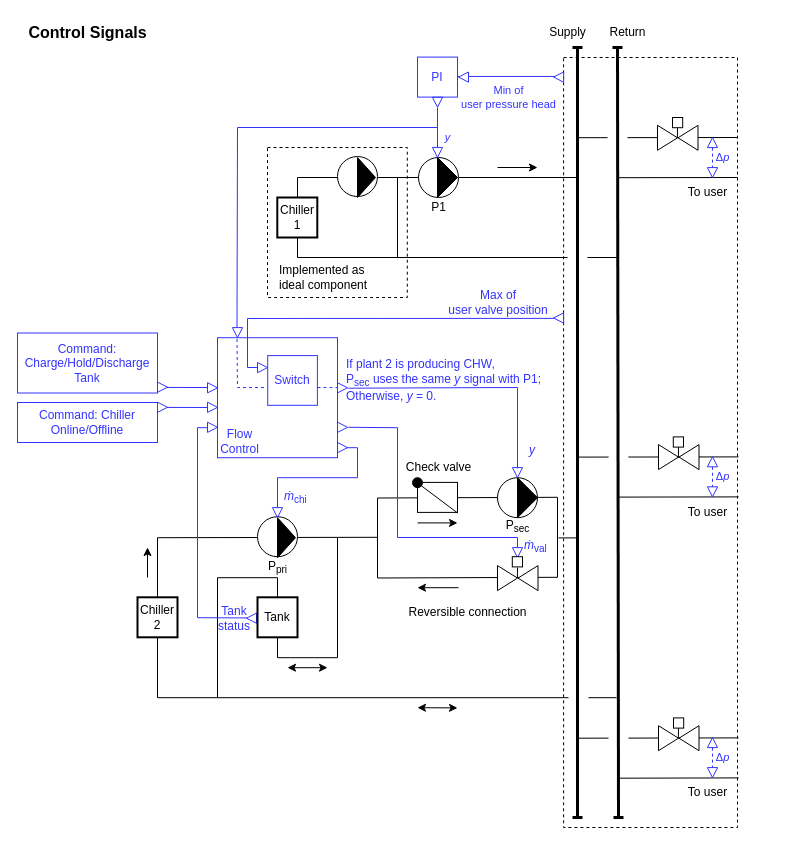
Above: Buildings/Resources/Images/Experimental/DHC/Plants/Cooling/ControlSignals.drawio in lbl-srg/modelica-buildings (draw.io), before the change. Source tidied: cells renumbered, new cells numbered last; positions are measured from the earlier drawing's top-left corner, leaving out a move shared by most shapes. Both pictures are drawn from the tidied source at 100%, with x=0, y=0 at pixel (17, 17).
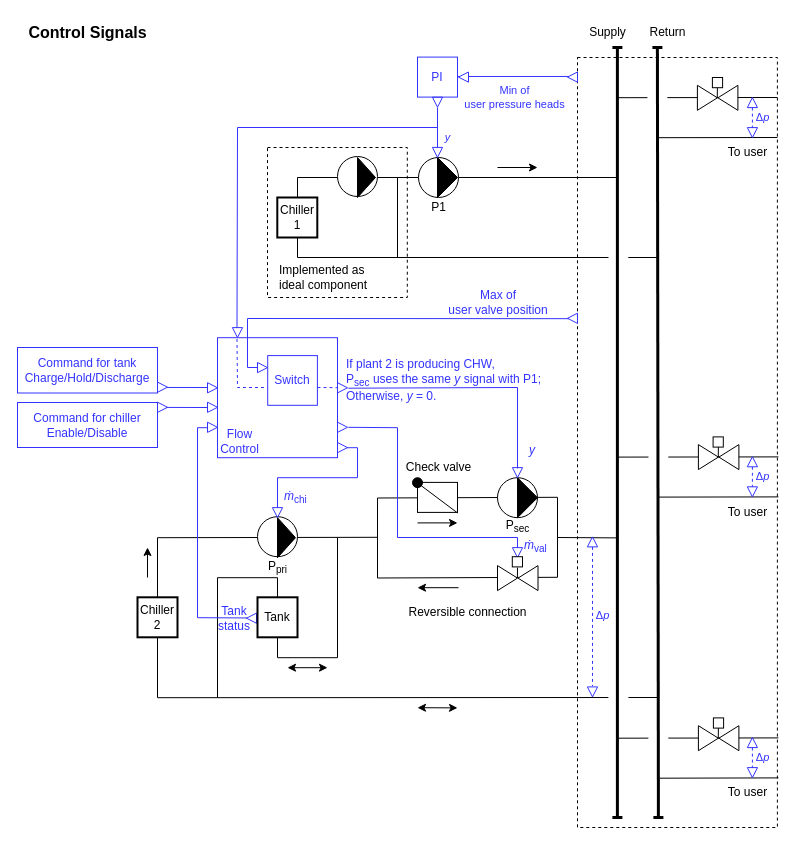
The same page after the edit.

The change refers to these unchanged cells:
```xml
<mxCell id="29" style="triangle;whiteSpace=wrap;html=1;fillColor=none;rotation=-180;strokeColor=#3333FF;fontColor=#3333FF;" parent="1" vertex="1">
  <mxGeometry x="441" y="54.5" width="10" height="10.2" as="geometry" />
</mxCell>
```

What changed in the source:
```diff
@@
-    <mxCell id="7" style="endArrow=none;html=1;rounded=0;entryX=-0.008;entryY=0.875;entryDx=0;entryDy=0;entryPerimeter=0;" parent="1" edge="1">
+    <mxCell id="7" style="endArrow=none;html=1;rounded=0;" parent="1" edge="1">
       <mxGeometry relative="1" as="geometry">
         <mxPoint x="360" y="519.8" as="sourcePoint" />
-        <mxPoint x="599" y="680.2" as="targetPoint" />
+        <mxPoint x="640" y="680" as="targetPoint" />
         <Array as="points">
           <mxPoint x="140" y="520.2" />
           <mxPoint x="140" y="680.2" />
         </Array>
       </mxGeometry>
     </mxCell>
@@
     <mxCell id="16" style="endArrow=none;html=1;rounded=0;" parent="1" edge="1">
       <mxGeometry relative="1" as="geometry">
-        <mxPoint x="560" y="160" as="sourcePoint" />
-        <mxPoint x="600" y="240" as="targetPoint" />
+        <mxPoint x="600" y="160" as="sourcePoint" />
+        <mxPoint x="640" y="240" as="targetPoint" />
         <Array as="points">
           <mxPoint x="280" y="160" />
           <mxPoint x="280" y="240" />
         </Array>
       </mxGeometry>
     </mxCell>
@@
     <mxCell id="25" style="rounded=0;whiteSpace=wrap;html=1;fillColor=none;dashed=1;" parent="1" vertex="1">
-      <mxGeometry x="546.1" y="40" width="173.9" height="770" as="geometry" />
+      <mxGeometry x="560" y="40" width="199.9" height="770" as="geometry" />
     </mxCell>
     <mxCell id="26" style="triangle;whiteSpace=wrap;html=1;fillColor=none;rotation=-180;strokeColor=#3333FF;" parent="1" vertex="1">
-      <mxGeometry x="536.1" y="54.5" width="10" height="10.2" as="geometry" />
+      <mxGeometry x="550" y="54.5" width="10" height="10.2" as="geometry" />
     </mxCell>
@@
-    <mxCell id="28" value="Min of&lt;br&gt;user pressure head" style="endArrow=none;html=1;rounded=0;entryX=0.85;entryY=0.561;entryDx=0;entryDy=0;entryPerimeter=0;exitX=0.05;exitY=0.561;exitDx=0;exitDy=0;exitPerimeter=0;startArrow=none;strokeColor=#3333FF;fontColor=#3333FF;" parent="1" edge="1" source="29" target="26">
+    <mxCell id="28" value="Min of&lt;br&gt;user pressure heads" style="endArrow=none;html=1;rounded=0;entryX=0.85;entryY=0.561;entryDx=0;entryDy=0;entryPerimeter=0;exitX=0.05;exitY=0.561;exitDx=0;exitDy=0;exitPerimeter=0;startArrow=none;strokeColor=#3333FF;fontColor=#3333FF;" parent="1" edge="1" source="29" target="26">
       <mxGeometry x="-0.09" y="-21" relative="1" as="geometry" />
     </mxCell>
@@
-    <mxCell id="41" value="Command:&lt;br&gt;Charge/Hold/Discharge Tank" style="rounded=0;whiteSpace=wrap;html=1;strokeColor=#3333FF;fontColor=#3333FF;fillColor=none;" parent="1" vertex="1">
-      <mxGeometry y="315.5" width="140" height="60" as="geometry" />
+    <mxCell id="41" value="Command for tank&lt;br&gt;Charge/Hold/Discharge" style="rounded=0;whiteSpace=wrap;html=1;strokeColor=#3333FF;fontColor=#3333FF;fillColor=none;" parent="1" vertex="1">
+      <mxGeometry y="330" width="140" height="45.5" as="geometry" />
     </mxCell>
-    <mxCell id="42" value="Command: Chiller&lt;br&gt;Online/Offline" style="rounded=0;whiteSpace=wrap;html=1;strokeColor=#3333FF;fontColor=#3333FF;fillColor=none;" parent="1" vertex="1">
-      <mxGeometry y="385" width="140" height="40" as="geometry" />
+    <mxCell id="42" value="Command for chiller&lt;br&gt;Enable/Disable" style="rounded=0;whiteSpace=wrap;html=1;strokeColor=#3333FF;fontColor=#3333FF;fillColor=none;" parent="1" vertex="1">
+      <mxGeometry y="385" width="140" height="45" as="geometry" />
     </mxCell>
@@
     <mxCell id="48" style="triangle;whiteSpace=wrap;html=1;fillColor=none;rotation=-180;strokeColor=#3333FF;" parent="1" vertex="1">
-      <mxGeometry x="536.1" y="295.4" width="10" height="10.2" as="geometry" />
+      <mxGeometry x="550" y="295.7" width="10" height="10.2" as="geometry" />
     </mxCell>
@@
     <mxCell id="85" style="endArrow=none;html=1;rounded=0;" parent="1" edge="1">
       <mxGeometry relative="1" as="geometry">
-        <mxPoint x="561" y="520.4" as="sourcePoint" />
-        <mxPoint x="541" y="520.4" as="targetPoint" />
+        <mxPoint x="600.9" y="520.4" as="sourcePoint" />
+        <mxPoint x="540" y="520" as="targetPoint" />
       </mxGeometry>
     </mxCell>
     <mxCell id="86" style="ellipse;whiteSpace=wrap;html=1;strokeColor=none;" parent="1" vertex="1">
-      <mxGeometry x="550" y="229.4" width="20" height="20" as="geometry" />
+      <mxGeometry x="590.9" y="229.4" width="20" height="20" as="geometry" />
     </mxCell>
     <mxCell id="87" style="ellipse;whiteSpace=wrap;html=1;strokeColor=none;" parent="1" vertex="1">
-      <mxGeometry x="551" y="670" width="20" height="20" as="geometry" />
+      <mxGeometry x="590.9" y="670" width="20" height="20" as="geometry" />
     </mxCell>
     <mxCell id="88" style="endArrow=baseDash;html=1;rounded=0;strokeWidth=3;startArrow=baseDash;startFill=0;endFill=0;" parent="1" edge="1">
       <mxGeometry relative="1" as="geometry">
-        <mxPoint x="560" y="800" as="sourcePoint" />
-        <mxPoint x="560" y="30" as="targetPoint" />
+        <mxPoint x="599.9" y="800" as="sourcePoint" />
+        <mxPoint x="599.9" y="30" as="targetPoint" />
       </mxGeometry>
     </mxCell>
     <mxCell id="89" style="endArrow=none;html=1;rounded=0;" parent="1" edge="1">
       <mxGeometry relative="1" as="geometry">
-        <mxPoint x="720" y="120" as="sourcePoint" />
-        <mxPoint x="560" y="120.2" as="targetPoint" />
+        <mxPoint x="759.9" y="80" as="sourcePoint" />
+        <mxPoint x="599.9" y="80.2" as="targetPoint" />
       </mxGeometry>
     </mxCell>
     <mxCell id="90" style="endArrow=none;html=1;rounded=0;" parent="1" edge="1">
       <mxGeometry relative="1" as="geometry">
-        <mxPoint x="720" y="160" as="sourcePoint" />
-        <mxPoint x="600" y="160.2" as="targetPoint" />
+        <mxPoint x="759.9" y="120" as="sourcePoint" />
+        <mxPoint x="639.9" y="120.2" as="targetPoint" />
       </mxGeometry>
     </mxCell>
     <mxCell id="91" style="ellipse;whiteSpace=wrap;html=1;strokeColor=none;" parent="1" vertex="1">
-      <mxGeometry x="590" y="110.2" width="20" height="20" as="geometry" />
+      <mxGeometry x="629.9" y="70.2" width="20" height="20" as="geometry" />
     </mxCell>
     <mxCell id="92" value="Supply" style="text;html=1;align=center;verticalAlign=middle;strokeColor=none;fillColor=none;" parent="1" vertex="1">
-      <mxGeometry x="520" width="60" height="30" as="geometry" />
+      <mxGeometry x="560" width="60" height="30" as="geometry" />
     </mxCell>
     <mxCell id="93" value="Return" style="text;html=1;align=center;verticalAlign=middle;strokeColor=none;fillColor=none;" parent="1" vertex="1">
-      <mxGeometry x="580" width="60" height="30" as="geometry" />
+      <mxGeometry x="619.9" width="60" height="30" as="geometry" />
     </mxCell>
     <mxCell id="94" style="triangle;whiteSpace=wrap;html=1;fontSize=16;strokeWidth=1;rotation=0;" parent="1" vertex="1">
-      <mxGeometry x="640" y="107.8" width="20" height="25" as="geometry" />
+      <mxGeometry x="679.9" y="67.8" width="20" height="25" as="geometry" />
     </mxCell>
     <mxCell id="95" style="triangle;whiteSpace=wrap;html=1;fontSize=16;strokeWidth=1;rotation=-180;" parent="1" vertex="1">
-      <mxGeometry x="660.5" y="107.8" width="20" height="25" as="geometry" />
+      <mxGeometry x="700.4" y="67.8" width="20" height="25" as="geometry" />
     </mxCell>
     <mxCell id="96" style="endArrow=none;html=1;rounded=0;entryX=0.993;entryY=0.507;entryDx=0;entryDy=0;entryPerimeter=0;" parent="1" edge="1" target="94">
       <mxGeometry relative="1" as="geometry">
-        <mxPoint x="660" y="110" as="sourcePoint" />
+        <mxPoint x="699.9" y="70" as="sourcePoint" />
       </mxGeometry>
     </mxCell>
     <mxCell id="97" style="endArrow=none;html=1;rounded=0;" parent="1" edge="1">
       <mxGeometry relative="1" as="geometry">
-        <mxPoint x="721" y="439.4" as="sourcePoint" />
-        <mxPoint x="561" y="439.6" as="targetPoint" />
+        <mxPoint x="760.9" y="439.4" as="sourcePoint" />
+        <mxPoint x="600.9" y="439.6" as="targetPoint" />
       </mxGeometry>
     </mxCell>
     <mxCell id="98" style="endArrow=none;html=1;rounded=0;" parent="1" edge="1">
       <mxGeometry relative="1" as="geometry">
-        <mxPoint x="721" y="479.4" as="sourcePoint" />
-        <mxPoint x="601" y="479.6" as="targetPoint" />
+        <mxPoint x="760.9" y="479.4" as="sourcePoint" />
+        <mxPoint x="640.9" y="479.6" as="targetPoint" />
       </mxGeometry>
     </mxCell>
     <mxCell id="99" style="ellipse;whiteSpace=wrap;html=1;strokeColor=none;" parent="1" vertex="1">
-      <mxGeometry x="591" y="429.6" width="20" height="20" as="geometry" />
+      <mxGeometry x="630.9" y="429.6" width="20" height="20" as="geometry" />
     </mxCell>
     <mxCell id="100" style="triangle;whiteSpace=wrap;html=1;fontSize=16;strokeWidth=1;rotation=0;" parent="1" vertex="1">
-      <mxGeometry x="641" y="427.1" width="20" height="25" as="geometry" />
+      <mxGeometry x="680.9" y="427.1" width="20" height="25" as="geometry" />
     </mxCell>
     <mxCell id="101" style="triangle;whiteSpace=wrap;html=1;fontSize=16;strokeWidth=1;rotation=-180;" parent="1" vertex="1">
-      <mxGeometry x="661.5" y="427.1" width="20" height="25" as="geometry" />
+      <mxGeometry x="701.4" y="427.1" width="20" height="25" as="geometry" />
     </mxCell>
     <mxCell id="102" style="endArrow=none;html=1;rounded=0;entryX=0.993;entryY=0.507;entryDx=0;entryDy=0;entryPerimeter=0;" parent="1" edge="1" target="100">
       <mxGeometry relative="1" as="geometry">
-        <mxPoint x="661" y="429.4" as="sourcePoint" />
+        <mxPoint x="700.9" y="429.4" as="sourcePoint" />
       </mxGeometry>
     </mxCell>
     <mxCell id="103" style="endArrow=none;html=1;rounded=0;" parent="1" edge="1">
       <mxGeometry relative="1" as="geometry">
-        <mxPoint x="721" y="720.4" as="sourcePoint" />
-        <mxPoint x="561" y="720.7" as="targetPoint" />
+        <mxPoint x="760.9" y="720.4" as="sourcePoint" />
+        <mxPoint x="600.9" y="720.7" as="targetPoint" />
       </mxGeometry>
     </mxCell>
     <mxCell id="104" style="endArrow=none;html=1;rounded=0;" parent="1" edge="1">
       <mxGeometry relative="1" as="geometry">
-        <mxPoint x="721" y="760.4" as="sourcePoint" />
-        <mxPoint x="601" y="760.7" as="targetPoint" />
+        <mxPoint x="760.9" y="760.4" as="sourcePoint" />
+        <mxPoint x="640.9" y="760.7" as="targetPoint" />
       </mxGeometry>
     </mxCell>
     <mxCell id="105" style="ellipse;whiteSpace=wrap;html=1;strokeColor=none;" parent="1" vertex="1">
-      <mxGeometry x="591" y="710.7" width="20" height="20" as="geometry" />
+      <mxGeometry x="630.9" y="710.7" width="20" height="20" as="geometry" />
     </mxCell>
     <mxCell id="106" style="triangle;whiteSpace=wrap;html=1;fontSize=16;strokeWidth=1;rotation=0;" parent="1" vertex="1">
-      <mxGeometry x="641" y="708.2" width="20" height="25" as="geometry" />
+      <mxGeometry x="680.9" y="708.2" width="20" height="25" as="geometry" />
     </mxCell>
     <mxCell id="107" style="triangle;whiteSpace=wrap;html=1;fontSize=16;strokeWidth=1;rotation=-180;" parent="1" vertex="1">
-      <mxGeometry x="661.5" y="708.2" width="20" height="25" as="geometry" />
+      <mxGeometry x="701.4" y="708.2" width="20" height="25" as="geometry" />
     </mxCell>
     <mxCell id="108" style="endArrow=none;html=1;rounded=0;entryX=0.993;entryY=0.507;entryDx=0;entryDy=0;entryPerimeter=0;" parent="1" edge="1" target="106">
       <mxGeometry relative="1" as="geometry">
-        <mxPoint x="661" y="710.4" as="sourcePoint" />
+        <mxPoint x="700.9" y="710.4" as="sourcePoint" />
       </mxGeometry>
     </mxCell>
     <mxCell id="109" style="endArrow=baseDash;html=1;rounded=0;strokeWidth=3;startArrow=baseDash;startFill=0;endFill=0;" parent="1" edge="1">
       <mxGeometry relative="1" as="geometry">
-        <mxPoint x="601" y="800" as="sourcePoint" />
-        <mxPoint x="600" y="30" as="targetPoint" />
+        <mxPoint x="640.9" y="800" as="sourcePoint" />
+        <mxPoint x="639.9" y="30" as="targetPoint" />
       </mxGeometry>
     </mxCell>
     <mxCell id="110" style="whiteSpace=wrap;html=1;" parent="1" vertex="1">
-      <mxGeometry x="655.8" y="419.4" width="10.2" height="10.2" as="geometry" />
+      <mxGeometry x="695.6" y="419.4" width="10.2" height="10.2" as="geometry" />
     </mxCell>
     <mxCell id="111" style="whiteSpace=wrap;html=1;" parent="1" vertex="1">
-      <mxGeometry x="655" y="100" width="10.2" height="10.2" as="geometry" />
+      <mxGeometry x="694.9" y="60" width="10.2" height="10.2" as="geometry" />
     </mxCell>
     <mxCell id="112" style="whiteSpace=wrap;html=1;" parent="1" vertex="1">
-      <mxGeometry x="656" y="700.4" width="10.2" height="10.2" as="geometry" />
+      <mxGeometry x="695.9" y="700.4" width="10.2" height="10.2" as="geometry" />
     </mxCell>
@@
     <mxCell id="114" value="&lt;font color=&quot;#3333ff&quot;&gt;Δ&lt;i&gt;p&lt;/i&gt;&lt;/font&gt;" style="endArrow=none;dashed=1;html=1;rounded=0;strokeColor=#3333FF;" parent="1" edge="1" source="115">
       <mxGeometry x="-0.01" y="10" relative="1" as="geometry">
-        <mxPoint x="695" y="150" as="targetPoint" />
+        <mxPoint x="734.9" y="110" as="targetPoint" />
       </mxGeometry>
     </mxCell>
     <mxCell id="115" style="triangle;whiteSpace=wrap;html=1;fillColor=none;rotation=-90;strokeColor=#3333FF;fontColor=#3333FF;" parent="1" vertex="1">
-      <mxGeometry x="690" y="120" width="10" height="10.2" as="geometry" />
+      <mxGeometry x="729.9" y="80" width="10" height="10.2" as="geometry" />
     </mxCell>
     <mxCell id="116" style="triangle;whiteSpace=wrap;html=1;fillColor=none;rotation=90;strokeColor=#3333FF;fontColor=#3333FF;" parent="1" vertex="1">
-      <mxGeometry x="690" y="150" width="10" height="10.2" as="geometry" />
+      <mxGeometry x="729.9" y="110" width="10" height="10.2" as="geometry" />
     </mxCell>
     <mxCell id="117" value="&lt;font color=&quot;#3333ff&quot;&gt;Δ&lt;i&gt;p&lt;/i&gt;&lt;/font&gt;" style="endArrow=none;dashed=1;html=1;rounded=0;strokeColor=#3333FF;" parent="1" edge="1" source="118">
       <mxGeometry x="-0.01" y="10" relative="1" as="geometry">
-        <mxPoint x="695" y="469.2" as="targetPoint" />
+        <mxPoint x="734.9" y="469.2" as="targetPoint" />
       </mxGeometry>
     </mxCell>
     <mxCell id="118" style="triangle;whiteSpace=wrap;html=1;fillColor=none;rotation=-90;strokeColor=#3333FF;fontColor=#3333FF;" parent="1" vertex="1">
-      <mxGeometry x="690" y="439.2" width="10" height="10.2" as="geometry" />
+      <mxGeometry x="729.9" y="439.2" width="10" height="10.2" as="geometry" />
     </mxCell>
     <mxCell id="119" style="triangle;whiteSpace=wrap;html=1;fillColor=none;rotation=90;strokeColor=#3333FF;fontColor=#3333FF;" parent="1" vertex="1">
-      <mxGeometry x="690" y="469.2" width="10" height="10.2" as="geometry" />
+      <mxGeometry x="729.9" y="469.2" width="10" height="10.2" as="geometry" />
     </mxCell>
     <mxCell id="120" value="&lt;font color=&quot;#3333ff&quot;&gt;Δ&lt;i&gt;p&lt;/i&gt;&lt;/font&gt;" style="endArrow=none;dashed=1;html=1;rounded=0;strokeColor=#3333FF;" parent="1" edge="1" source="121">
       <mxGeometry x="-0.01" y="10" relative="1" as="geometry">
-        <mxPoint x="695" y="750" as="targetPoint" />
+        <mxPoint x="734.9" y="750" as="targetPoint" />
       </mxGeometry>
     </mxCell>
     <mxCell id="121" style="triangle;whiteSpace=wrap;html=1;fillColor=none;rotation=-90;strokeColor=#3333FF;fontColor=#3333FF;" parent="1" vertex="1">
-      <mxGeometry x="690" y="720" width="10" height="10.2" as="geometry" />
+      <mxGeometry x="729.9" y="720" width="10" height="10.2" as="geometry" />
     </mxCell>
     <mxCell id="122" style="triangle;whiteSpace=wrap;html=1;fillColor=none;rotation=90;strokeColor=#3333FF;fontColor=#3333FF;" parent="1" vertex="1">
-      <mxGeometry x="690" y="750" width="10" height="10.2" as="geometry" />
+      <mxGeometry x="729.9" y="750" width="10" height="10.2" as="geometry" />
     </mxCell>
     <mxCell id="123" value="To user" style="text;html=1;align=center;verticalAlign=middle;strokeColor=none;fillColor=none;" parent="1" vertex="1">
-      <mxGeometry x="660" y="160.2" width="60" height="30" as="geometry" />
+      <mxGeometry x="699.9" y="120.2" width="60" height="30" as="geometry" />
     </mxCell>
     <mxCell id="124" value="To user" style="text;html=1;align=center;verticalAlign=middle;strokeColor=none;fillColor=none;" parent="1" vertex="1">
-      <mxGeometry x="660" y="479.5" width="60" height="30" as="geometry" />
+      <mxGeometry x="699.9" y="479.5" width="60" height="30" as="geometry" />
     </mxCell>
     <mxCell id="125" value="To user" style="text;html=1;align=center;verticalAlign=middle;strokeColor=none;fillColor=none;" parent="1" vertex="1">
-      <mxGeometry x="660" y="760.2" width="60" height="30" as="geometry" />
+      <mxGeometry x="699.9" y="760.2" width="60" height="30" as="geometry" />
     </mxCell>
+    <mxCell id="126" value="&lt;font color=&quot;#3333ff&quot;&gt;Δ&lt;i&gt;p&lt;/i&gt;&lt;/font&gt;" style="endArrow=none;dashed=1;html=1;rounded=0;strokeColor=#3333FF;entryX=-0.072;entryY=0.5;entryDx=0;entryDy=0;entryPerimeter=0;" parent="1" edge="1" source="127" target="128">
+      <mxGeometry x="-0.01" y="10" relative="1" as="geometry" />
+    </mxCell>
+    <mxCell id="127" style="triangle;whiteSpace=wrap;html=1;fillColor=none;rotation=-90;strokeColor=#3333FF;fontColor=#3333FF;" parent="1" vertex="1">
+      <mxGeometry x="570" y="519.3" width="10" height="10.2" as="geometry" />
+    </mxCell>
+    <mxCell id="128" style="triangle;whiteSpace=wrap;html=1;fillColor=none;rotation=90;strokeColor=#3333FF;fontColor=#3333FF;" parent="1" vertex="1">
+      <mxGeometry x="570" y="669.3" width="10" height="10.2" as="geometry" />
+    </mxCell>
```
